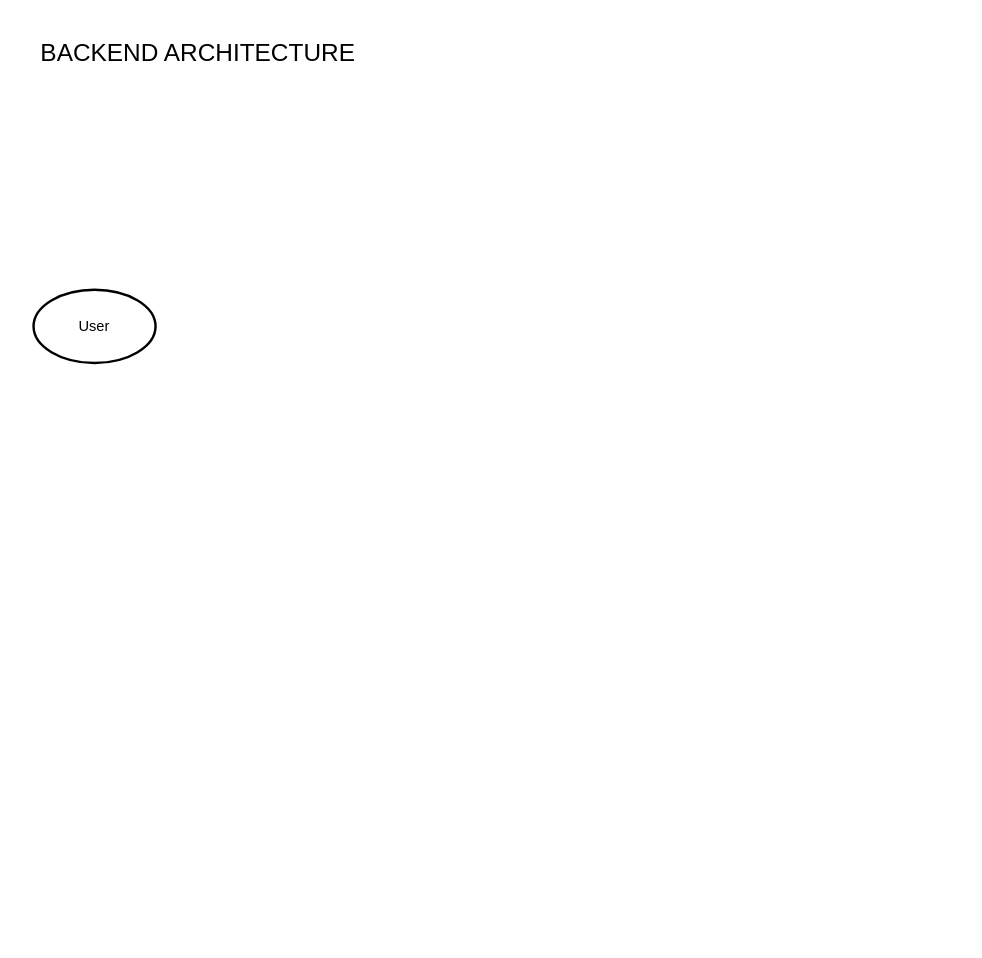
Badan-Intelektual-Berbasis-Data/WaregStore keeps this draw.io diagram as backend/Untitled Diagram.drawio. Above is the earlier version. Source tidied: cells renumbered, new cells numbered last; positions are measured from the earlier drawing's top-left corner, leaving out a move shared by most shapes. Both pictures are drawn from the tidied source at 122%, with x=0, y=0 at pixel (21, 21).
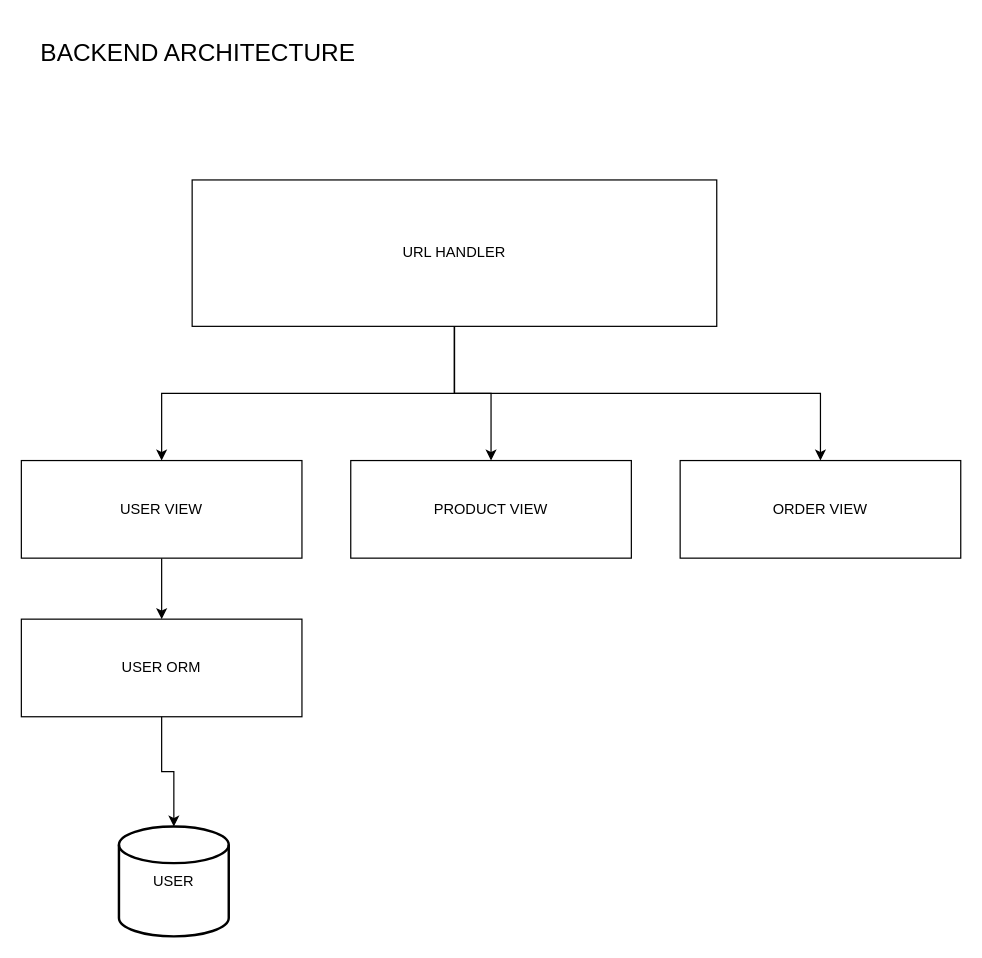
The same page after the edit.

Diff of the diagram source:
```diff
@@
 <mxGraphModel>
   <root>
     <mxCell id="0" />
     <mxCell id="1" parent="0" />
     <mxCell id="2" value="BACKEND ARCHITECTURE" style="text;html=1;align=center;verticalAlign=middle;whiteSpace=wrap;rounded=0;fontSize=20;" parent="1" vertex="1">
       <mxGeometry width="290" height="50" as="geometry" />
     </mxCell>
-    <mxCell id="3" value="User" style="strokeWidth=2;html=1;shape=mxgraph.flowchart.start_1;whiteSpace=wrap;" parent="1" vertex="1">
-      <mxGeometry x="10" y="220" width="100" height="60" as="geometry" />
-    </mxCell>
+    <mxCell id="4" style="edgeStyle=orthogonalEdgeStyle;rounded=0;jettySize=auto;html=1;entryX=0.5;entryY=0;entryDx=0;entryDy=0;" parent="1" edge="1" source="7" target="9">
+      <mxGeometry relative="1" as="geometry" />
+    </mxCell>
+    <mxCell id="5" style="edgeStyle=orthogonalEdgeStyle;rounded=0;jettySize=auto;html=1;entryX=0.5;entryY=0;entryDx=0;entryDy=0;" parent="1" edge="1" source="7" target="10">
+      <mxGeometry relative="1" as="geometry" />
+    </mxCell>
+    <mxCell id="6" style="edgeStyle=orthogonalEdgeStyle;rounded=0;jettySize=auto;html=1;entryX=0.5;entryY=0;entryDx=0;entryDy=0;" parent="1" edge="1" source="7" target="11">
+      <mxGeometry relative="1" as="geometry" />
+    </mxCell>
+    <mxCell id="7" value="URL HANDLER" style="rounded=0;whiteSpace=wrap;html=1;" parent="1" vertex="1">
+      <mxGeometry x="140" y="130" width="430" height="120" as="geometry" />
+    </mxCell>
+    <mxCell id="8" style="edgeStyle=orthogonalEdgeStyle;rounded=0;jettySize=auto;html=1;entryX=0.5;entryY=0;entryDx=0;entryDy=0;" parent="1" edge="1" source="9" target="12">
+      <mxGeometry relative="1" as="geometry" />
+    </mxCell>
+    <mxCell id="9" value="USER VIEW" style="rounded=0;whiteSpace=wrap;html=1;" parent="1" vertex="1">
+      <mxGeometry y="360" width="230" height="80" as="geometry" />
+    </mxCell>
+    <mxCell id="10" value="PRODUCT VIEW" style="rounded=0;whiteSpace=wrap;html=1;" parent="1" vertex="1">
+      <mxGeometry x="270" y="360" width="230" height="80" as="geometry" />
+    </mxCell>
+    <mxCell id="11" value="ORDER VIEW" style="rounded=0;whiteSpace=wrap;html=1;" parent="1" vertex="1">
+      <mxGeometry x="540" y="360" width="230" height="80" as="geometry" />
+    </mxCell>
+    <mxCell id="12" value="USER ORM" style="rounded=0;whiteSpace=wrap;html=1;" parent="1" vertex="1">
+      <mxGeometry y="490" width="230" height="80" as="geometry" />
+    </mxCell>
+    <mxCell id="13" value="USER" style="strokeWidth=2;html=1;shape=mxgraph.flowchart.database;whiteSpace=wrap;" parent="1" vertex="1">
+      <mxGeometry x="80" y="660" width="90" height="90" as="geometry" />
+    </mxCell>
+    <mxCell id="14" style="edgeStyle=orthogonalEdgeStyle;rounded=0;jettySize=auto;html=1;entryX=0.5;entryY=0;entryDx=0;entryDy=0;entryPerimeter=0;" parent="1" edge="1" source="12" target="13">
+      <mxGeometry relative="1" as="geometry" />
+    </mxCell>
   </root>
 </mxGraphModel>
```
